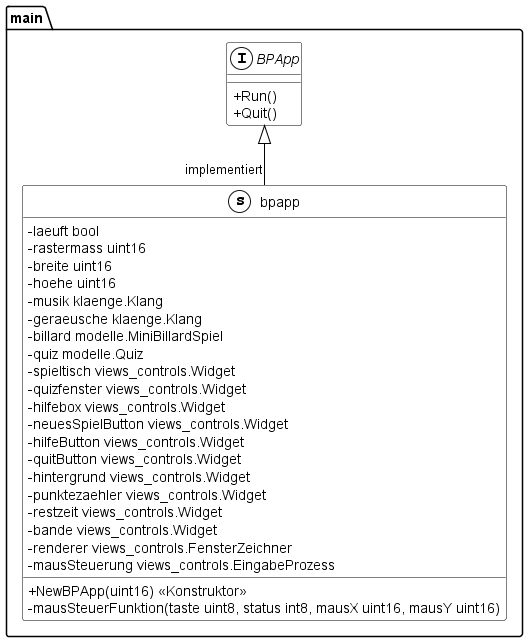
Above: documentation/UML/main.png in Fussbroich/lwb-SWP (PlantUML), before the change.
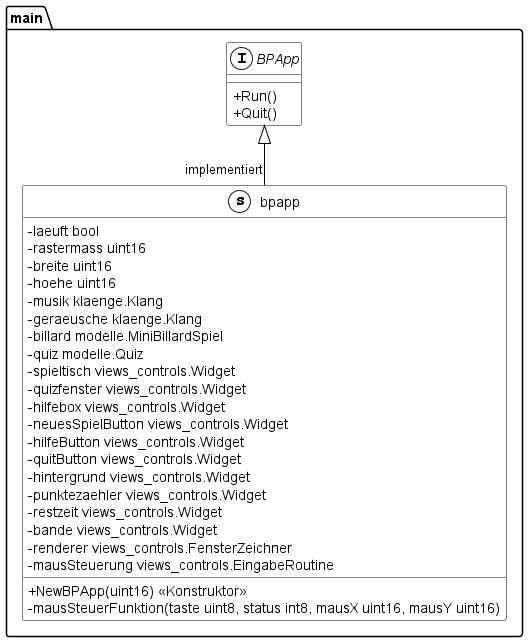
The same file after the commit.

Commit message:
corrected docu uml

The edit, as a diff of the source:
```diff
@@ -31,7 +31,7 @@
         - restzeit views_controls.Widget
         - bande views_controls.Widget
         - renderer views_controls.FensterZeichner
-        - mausSteuerung views_controls.EingabeProzess
+        - mausSteuerung views_controls.EingabeRoutine
 
         + NewBPApp(uint16) << Konstruktor >>
         - mausSteuerFunktion(taste uint8, status int8, mausX uint16, mausY uint16)
```
